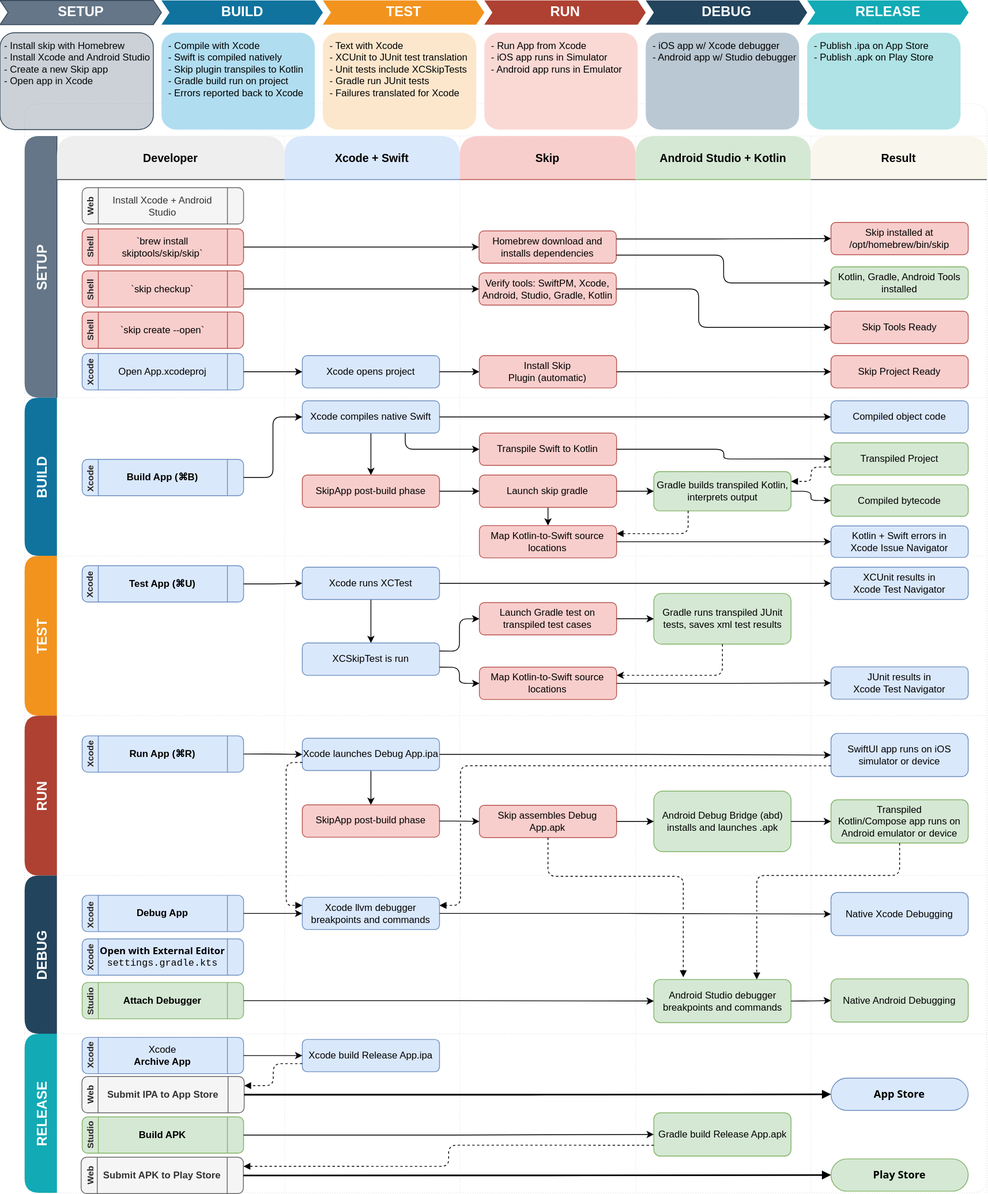
Before: skip_dev_process.drawio.svg, a diagram exported from draw.io (skiptools/assets.skip.tools). Source tidied: cells renumbered, new cells last; positions are measured from the earlier drawing's top-left corner, leaving out a move shared by most shapes.
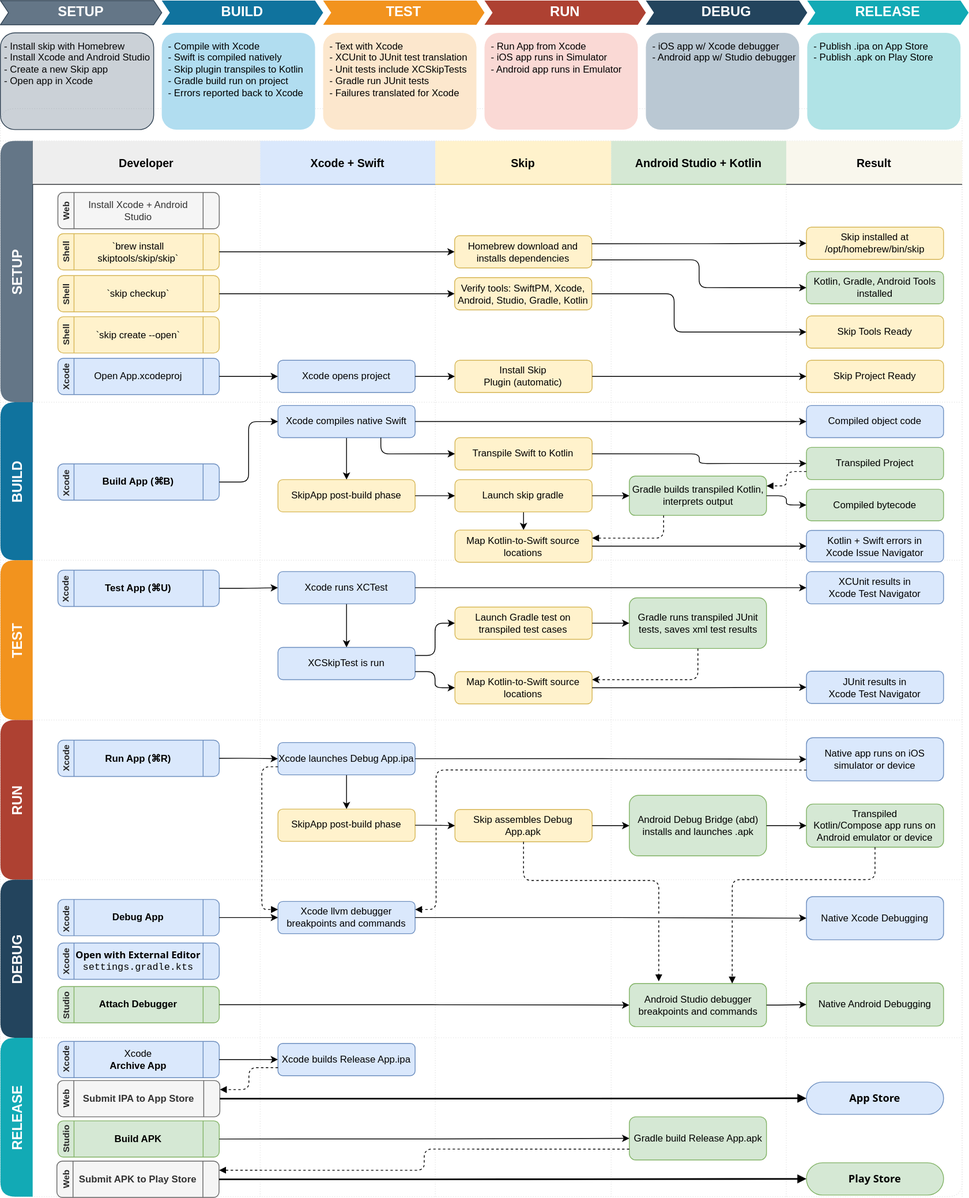
After the change.

What changed in the source:
```diff
@@ -3,24 +3,24 @@
     <mxCell id="0" />
     <mxCell id="1" parent="0" />
     <mxCell id="2" style="shape=table;startSize=40;fontStyle=1;swimlaneFillColor=none;fillColor=none;fontFamily=system-ui,Helvetica,san-serif;fontSize=22;strokeColor=#E6E6E6;dashed=1;dashPattern=1 2;rounded=1;" parent="1" vertex="1">
-      <mxGeometry x="31" y="128" width="1192" height="1349" as="geometry" />
+      <mxGeometry x="0.5" y="134" width="1192" height="1349" as="geometry" />
     </mxCell>
     <mxCell id="3" value="SETUP" style="shape=tableRow;horizontal=0;swimlaneHead=0;swimlaneBody=0;top=0;left=0;bottom=0;right=0;fillColor=#647687;startSize=40;fontStyle=1;fontSize=17;fontFamily=Helvetica;fontColor=#ffffff;strokeColor=#314354;rounded=1;" parent="2" vertex="1">
       <mxGeometry y="40" width="1192" height="324" as="geometry" />
     </mxCell>
-    <mxCell id="4" value="Developer" style="swimlane;swimlaneHead=0;swimlaneBody=0;fillColor=#eeeeee;startSize=54;fontStyle=1;strokeColor=#36393d;fontSize=14;rounded=1;" parent="3" vertex="1">
+    <mxCell id="4" value="Developer" style="swimlane;swimlaneHead=0;swimlaneBody=0;fillColor=#eeeeee;startSize=54;fontStyle=1;strokeColor=#36393d;fontSize=14;rounded=0;" parent="3" vertex="1">
       <mxGeometry x="40" width="282" height="324" as="geometry" />
     </mxCell>
     <mxCell id="5" value="Install Xcode + Android Studio" style="rounded=1;whiteSpace=wrap;html=1;fillColor=#f5f5f5;fontColor=#333333;strokeColor=#666666;flipV=0;shape=process;backgroundOutline=1;" parent="4" vertex="1">
       <mxGeometry x="31.2" y="64" width="200" height="45" as="geometry" />
     </mxCell>
-    <mxCell id="6" value="`skip checkup`" style="rounded=1;whiteSpace=wrap;html=1;fillColor=#f8cecc;strokeColor=#b85450;flipV=0;shape=process;backgroundOutline=1;" parent="4" vertex="1">
+    <mxCell id="6" value="`skip checkup`" style="rounded=1;whiteSpace=wrap;html=1;fillColor=#fff2cc;strokeColor=#d6b656;flipV=0;shape=process;backgroundOutline=1;" parent="4" vertex="1">
       <mxGeometry x="31.2" y="167" width="200" height="45" as="geometry" />
     </mxCell>
-    <mxCell id="7" value="`skip create --open`" style="rounded=1;whiteSpace=wrap;html=1;fillColor=#f8cecc;strokeColor=#b85450;flipV=0;shape=process;backgroundOutline=1;" parent="4" vertex="1">
+    <mxCell id="7" value="`skip create --open`" style="rounded=1;whiteSpace=wrap;html=1;fillColor=#fff2cc;strokeColor=#d6b656;flipV=0;shape=process;backgroundOutline=1;" parent="4" vertex="1">
       <mxGeometry x="31.2" y="218" width="200" height="45" as="geometry" />
     </mxCell>
-    <mxCell id="8" value="`brew install skiptools/skip/skip`" style="rounded=1;whiteSpace=wrap;html=1;fillColor=#f8cecc;strokeColor=#b85450;flipV=0;shape=process;backgroundOutline=1;" parent="4" vertex="1">
+    <mxCell id="8" value="`brew install skiptools/skip/skip`" style="rounded=1;whiteSpace=wrap;html=1;fillColor=#fff2cc;strokeColor=#d6b656;flipV=0;shape=process;backgroundOutline=1;" parent="4" vertex="1">
       <mxGeometry x="31.2" y="115" width="200" height="45" as="geometry" />
     </mxCell>
     <mxCell id="9" value="Shell" style="text;strokeColor=none;align=center;fillColor=none;html=1;verticalAlign=middle;whiteSpace=wrap;rounded=1;horizontal=0;fontStyle=1;fontColor=#262626;fontSize=11;" parent="4" vertex="1">
@@ -35,7 +35,7 @@
     <mxCell id="12" value="Web" style="text;strokeColor=none;align=center;fillColor=none;html=1;verticalAlign=middle;whiteSpace=wrap;rounded=1;horizontal=0;fontStyle=1;fontColor=#262626;fontSize=11;" parent="4" vertex="1">
       <mxGeometry x="29" y="66.5" width="25" height="40" as="geometry" />
     </mxCell>
-    <mxCell id="13" value="Xcode + Swift" style="swimlane;swimlaneHead=0;swimlaneBody=0;fillColor=#dae8fc;startSize=54;fontStyle=1;strokeColor=#6c8ebf;fontSize=14;rounded=1;" parent="3" vertex="1">
+    <mxCell id="13" value="Xcode + Swift" style="swimlane;swimlaneHead=0;swimlaneBody=0;fillColor=#dae8fc;startSize=54;fontStyle=1;strokeColor=#6c8ebf;fontSize=14;rounded=0;" parent="3" vertex="1">
       <mxGeometry x="322" width="217" height="324" as="geometry" />
     </mxCell>
     <mxCell id="14" style="swimlane;swimlaneHead=0;swimlaneBody=0;fillColor=none;startSize=0;fontStyle=1;rounded=1;" parent="13" vertex="1">
@@ -53,31 +53,31 @@
     <mxCell id="18" style="edgeStyle=orthogonalEdgeStyle;rounded=1;jettySize=auto;html=1;" parent="13" edge="1" source="15" target="17">
       <mxGeometry relative="1" as="geometry" />
     </mxCell>
-    <mxCell id="19" value="Skip" style="swimlane;swimlaneHead=0;swimlaneBody=0;fillColor=#f8cecc;startSize=54;fontStyle=1;strokeColor=#b85450;fontSize=14;rounded=1;" parent="3" vertex="1">
+    <mxCell id="19" value="Skip" style="swimlane;swimlaneHead=0;swimlaneBody=0;fillColor=#fff2cc;startSize=54;fontStyle=1;strokeColor=#d6b656;fontSize=14;rounded=0;" parent="3" vertex="1">
       <mxGeometry x="539" width="218" height="324" as="geometry" />
     </mxCell>
-    <mxCell id="20" value="Install Skip&lt;br&gt;Plugin (automatic)" style="rounded=1;whiteSpace=wrap;html=1;fillColor=#f8cecc;strokeColor=#b85450;" parent="19" vertex="1">
+    <mxCell id="20" value="Install Skip&lt;br&gt;Plugin (automatic)" style="rounded=1;whiteSpace=wrap;html=1;fillColor=#fff2cc;strokeColor=#d6b656;" parent="19" vertex="1">
       <mxGeometry x="24.4" y="272" width="170" height="40" as="geometry" />
     </mxCell>
-    <mxCell id="21" value="Verify tools: SwiftPM, Xcode, Android, Studio, Gradle, Kotlin" style="rounded=1;whiteSpace=wrap;html=1;fillColor=#f8cecc;strokeColor=#b85450;" parent="19" vertex="1">
+    <mxCell id="21" value="Verify tools: SwiftPM, Xcode, Android, Studio, Gradle, Kotlin" style="rounded=1;whiteSpace=wrap;html=1;fillColor=#fff2cc;strokeColor=#d6b656;" parent="19" vertex="1">
       <mxGeometry x="24" y="169.5" width="170" height="40" as="geometry" />
     </mxCell>
-    <mxCell id="22" value="Homebrew download and installs dependencies" style="rounded=1;whiteSpace=wrap;html=1;fillColor=#f8cecc;strokeColor=#b85450;" parent="19" vertex="1">
+    <mxCell id="22" value="Homebrew download and installs dependencies" style="rounded=1;whiteSpace=wrap;html=1;fillColor=#fff2cc;strokeColor=#d6b656;" parent="19" vertex="1">
       <mxGeometry x="24" y="117.5" width="170" height="40" as="geometry" />
     </mxCell>
-    <mxCell id="23" value="Android Studio + Kotlin" style="swimlane;swimlaneHead=0;swimlaneBody=0;fillColor=#d5e8d4;startSize=54;fontStyle=1;strokeColor=#82b366;fontSize=14;rounded=1;" parent="3" vertex="1">
+    <mxCell id="23" value="Android Studio + Kotlin" style="swimlane;swimlaneHead=0;swimlaneBody=0;fillColor=#d5e8d4;startSize=54;fontStyle=1;strokeColor=#82b366;fontSize=14;rounded=0;" parent="3" vertex="1">
       <mxGeometry x="757" width="217" height="324" as="geometry" />
     </mxCell>
-    <mxCell id="24" value="Result" style="swimlane;swimlaneHead=0;swimlaneBody=0;fillColor=#f9f7ed;startSize=54;fontStyle=1;strokeColor=#36393d;fontSize=14;rounded=1;" parent="3" vertex="1">
+    <mxCell id="24" value="Result" style="swimlane;swimlaneHead=0;swimlaneBody=0;fillColor=#f9f7ed;startSize=54;fontStyle=1;strokeColor=#36393d;fontSize=14;rounded=0;" parent="3" vertex="1">
       <mxGeometry x="974" width="218" height="324" as="geometry" />
     </mxCell>
-    <mxCell id="25" value="Skip Tools Ready" style="rounded=1;whiteSpace=wrap;html=1;fillColor=#f8cecc;strokeColor=#b85450;" parent="24" vertex="1">
+    <mxCell id="25" value="Skip Tools Ready" style="rounded=1;whiteSpace=wrap;html=1;fillColor=#fff2cc;strokeColor=#d6b656;" parent="24" vertex="1">
       <mxGeometry x="25" y="217" width="170" height="40" as="geometry" />
     </mxCell>
-    <mxCell id="26" value="Skip installed at&lt;br&gt;/opt/homebrew/bin/skip" style="rounded=1;whiteSpace=wrap;html=1;fillColor=#f8cecc;strokeColor=#b85450;" parent="24" vertex="1">
+    <mxCell id="26" value="Skip installed at&lt;br&gt;/opt/homebrew/bin/skip" style="rounded=1;whiteSpace=wrap;html=1;fillColor=#fff2cc;strokeColor=#d6b656;" parent="24" vertex="1">
       <mxGeometry x="25" y="107" width="170" height="40" as="geometry" />
     </mxCell>
-    <mxCell id="27" value="Skip Project Ready" style="rounded=1;whiteSpace=wrap;html=1;fillColor=#f8cecc;strokeColor=#b85450;" parent="24" vertex="1">
+    <mxCell id="27" value="Skip Project Ready" style="rounded=1;whiteSpace=wrap;html=1;fillColor=#fff2cc;strokeColor=#d6b656;" parent="24" vertex="1">
       <mxGeometry x="25" y="272" width="170" height="40" as="geometry" />
     </mxCell>
     <mxCell id="28" value="Kotlin, Gradle, Android Tools installed" style="rounded=1;whiteSpace=wrap;html=1;fillColor=#d5e8d4;strokeColor=#82b366;" parent="24" vertex="1">
@@ -130,22 +130,22 @@
     <mxCell id="42" value="Xcode compiles native Swift" style="rounded=1;whiteSpace=wrap;html=1;fillColor=#dae8fc;strokeColor=#6c8ebf;" parent="40" vertex="1">
       <mxGeometry x="22" y="4" width="170" height="40" as="geometry" />
     </mxCell>
-    <mxCell id="43" value="SkipApp post-build phase" style="rounded=1;whiteSpace=wrap;html=1;fillColor=#f8cecc;strokeColor=#b85450;" parent="40" vertex="1">
+    <mxCell id="43" value="SkipApp post-build phase" style="rounded=1;whiteSpace=wrap;html=1;fillColor=#fff2cc;strokeColor=#d6b656;" parent="40" vertex="1">
       <mxGeometry x="22" y="96" width="170" height="40" as="geometry" />
     </mxCell>
     <mxCell id="44" style="swimlane;swimlaneHead=0;swimlaneBody=0;fillColor=none;startSize=0;fontStyle=1;horizontal=1;rounded=1;" parent="36" vertex="1">
       <mxGeometry x="539" width="218" height="196" as="geometry" />
     </mxCell>
-    <mxCell id="45" value="Transpile Swift to Kotlin" style="rounded=1;whiteSpace=wrap;html=1;fillColor=#f8cecc;strokeColor=#b85450;" parent="44" vertex="1">
+    <mxCell id="45" value="Transpile Swift to Kotlin" style="rounded=1;whiteSpace=wrap;html=1;fillColor=#fff2cc;strokeColor=#d6b656;" parent="44" vertex="1">
       <mxGeometry x="24.4" y="44" width="170" height="40" as="geometry" />
     </mxCell>
     <mxCell id="46" style="edgeStyle=orthogonalEdgeStyle;rounded=1;jettySize=auto;html=1;exitX=0.5;exitY=1;exitDx=0;exitDy=0;entryX=0.5;entryY=0;entryDx=0;entryDy=0;" parent="44" edge="1" source="47" target="48">
       <mxGeometry relative="1" as="geometry" />
     </mxCell>
-    <mxCell id="47" value="Launch skip gradle" style="rounded=1;whiteSpace=wrap;html=1;fillColor=#f8cecc;strokeColor=#b85450;" parent="44" vertex="1">
+    <mxCell id="47" value="Launch skip gradle" style="rounded=1;whiteSpace=wrap;html=1;fillColor=#fff2cc;strokeColor=#d6b656;" parent="44" vertex="1">
       <mxGeometry x="24.4" y="96" width="170" height="40" as="geometry" />
     </mxCell>
-    <mxCell id="48" value="Map Kotlin-to-Swift source locations" style="rounded=1;whiteSpace=wrap;html=1;fillColor=#f8cecc;strokeColor=#b85450;" parent="44" vertex="1">
+    <mxCell id="48" value="Map Kotlin-to-Swift source locations" style="rounded=1;whiteSpace=wrap;html=1;fillColor=#fff2cc;strokeColor=#d6b656;" parent="44" vertex="1">
       <mxGeometry x="24.4" y="158.5" width="170" height="40" as="geometry" />
     </mxCell>
     <mxCell id="49" style="swimlane;swimlaneHead=0;swimlaneBody=0;fillColor=none;startSize=0;fontStyle=1;rounded=1;" parent="36" vertex="1">
@@ -226,10 +226,10 @@
     <mxCell id="74" style="swimlane;swimlaneHead=0;swimlaneBody=0;fillColor=none;startSize=0;fontStyle=1;horizontal=1;rounded=1;" parent="66" vertex="1">
       <mxGeometry x="539" width="218" height="198" as="geometry" />
     </mxCell>
-    <mxCell id="75" value="Launch Gradle test on transpiled test cases" style="rounded=1;whiteSpace=wrap;html=1;fillColor=#f8cecc;strokeColor=#b85450;" parent="74" vertex="1">
+    <mxCell id="75" value="Launch Gradle test on transpiled test cases" style="rounded=1;whiteSpace=wrap;html=1;fillColor=#fff2cc;strokeColor=#d6b656;" parent="74" vertex="1">
       <mxGeometry x="24.4" y="58" width="170" height="40" as="geometry" />
     </mxCell>
-    <mxCell id="76" value="Map Kotlin-to-Swift source locations" style="rounded=1;whiteSpace=wrap;html=1;fillColor=#f8cecc;strokeColor=#b85450;" parent="74" vertex="1">
+    <mxCell id="76" value="Map Kotlin-to-Swift source locations" style="rounded=1;whiteSpace=wrap;html=1;fillColor=#fff2cc;strokeColor=#d6b656;" parent="74" vertex="1">
       <mxGeometry x="24.4" y="138" width="170" height="40" as="geometry" />
     </mxCell>
     <mxCell id="77" style="swimlane;swimlaneHead=0;swimlaneBody=0;fillColor=none;startSize=0;fontStyle=1;horizontal=1;rounded=1;" parent="66" vertex="1">
@@ -298,13 +298,13 @@
     <mxCell id="98" value="Xcode launches Debug App.ipa" style="rounded=1;whiteSpace=wrap;html=1;fillColor=#dae8fc;strokeColor=#6c8ebf;" parent="96" vertex="1">
       <mxGeometry x="-16" y="-7" width="170" height="40" as="geometry" />
     </mxCell>
-    <mxCell id="99" value="SkipApp post-build phase" style="rounded=1;whiteSpace=wrap;html=1;fillColor=#f8cecc;strokeColor=#b85450;" parent="96" vertex="1">
+    <mxCell id="99" value="SkipApp post-build phase" style="rounded=1;whiteSpace=wrap;html=1;fillColor=#fff2cc;strokeColor=#d6b656;" parent="96" vertex="1">
       <mxGeometry x="-16" y="75.5" width="170" height="40" as="geometry" />
     </mxCell>
     <mxCell id="100" style="swimlane;swimlaneHead=0;swimlaneBody=0;fillColor=none;startSize=0;fontStyle=1;rounded=1;" parent="90" vertex="1">
       <mxGeometry x="539" width="218" height="198" as="geometry" />
     </mxCell>
-    <mxCell id="101" value="Skip assembles Debug App.apk" style="rounded=1;whiteSpace=wrap;html=1;fillColor=#f8cecc;strokeColor=#b85450;" parent="100" vertex="1">
+    <mxCell id="101" value="Skip assembles Debug App.apk" style="rounded=1;whiteSpace=wrap;html=1;fillColor=#fff2cc;strokeColor=#d6b656;" parent="100" vertex="1">
       <mxGeometry x="24.4" y="111" width="170" height="40" as="geometry" />
     </mxCell>
     <mxCell id="102" style="swimlane;swimlaneHead=0;swimlaneBody=0;fillColor=none;startSize=0;fontStyle=1;rounded=1;" parent="90" vertex="1">
@@ -316,7 +316,7 @@
     <mxCell id="104" style="swimlane;swimlaneHead=0;swimlaneBody=0;fillColor=none;startSize=0;fontStyle=1;rounded=1;" parent="90" vertex="1">
       <mxGeometry x="974" width="218" height="198" as="geometry" />
     </mxCell>
-    <mxCell id="105" value="SwiftUI app runs on iOS simulator or device" style="rounded=1;whiteSpace=wrap;html=1;fillColor=#dae8fc;strokeColor=#6c8ebf;" parent="104" vertex="1">
+    <mxCell id="105" value="Native app runs on iOS simulator or device" style="rounded=1;whiteSpace=wrap;html=1;fillColor=#dae8fc;strokeColor=#6c8ebf;" parent="104" vertex="1">
       <mxGeometry x="25" y="22" width="170" height="53.5" as="geometry" />
     </mxCell>
     <mxCell id="106" value="Transpiled&lt;br&gt;Kotlin/Compose app runs on Android emulator or device" style="rounded=1;whiteSpace=wrap;html=1;fillColor=#d5e8d4;strokeColor=#82b366;" parent="104" vertex="1">
@@ -442,7 +442,7 @@
     <mxCell id="146" style="swimlane;swimlaneHead=0;swimlaneBody=0;fillColor=none;startSize=0;fontStyle=1;horizontal=1;rounded=1;" parent="136" vertex="1">
       <mxGeometry x="322" width="217" height="197" as="geometry" />
     </mxCell>
-    <mxCell id="147" value="Xcode build Release App.ipa" style="rounded=1;whiteSpace=wrap;html=1;fillColor=#dae8fc;strokeColor=#6c8ebf;" parent="146" vertex="1">
+    <mxCell id="147" value="Xcode builds Release App.ipa" style="rounded=1;whiteSpace=wrap;html=1;fillColor=#dae8fc;strokeColor=#6c8ebf;" parent="146" vertex="1">
       <mxGeometry x="22" y="7" width="170" height="40" as="geometry" />
     </mxCell>
     <mxCell id="148" style="swimlane;swimlaneHead=0;swimlaneBody=0;fillColor=none;startSize=0;fontStyle=1;horizontal=1;rounded=1;" parent="136" vertex="1">
```
